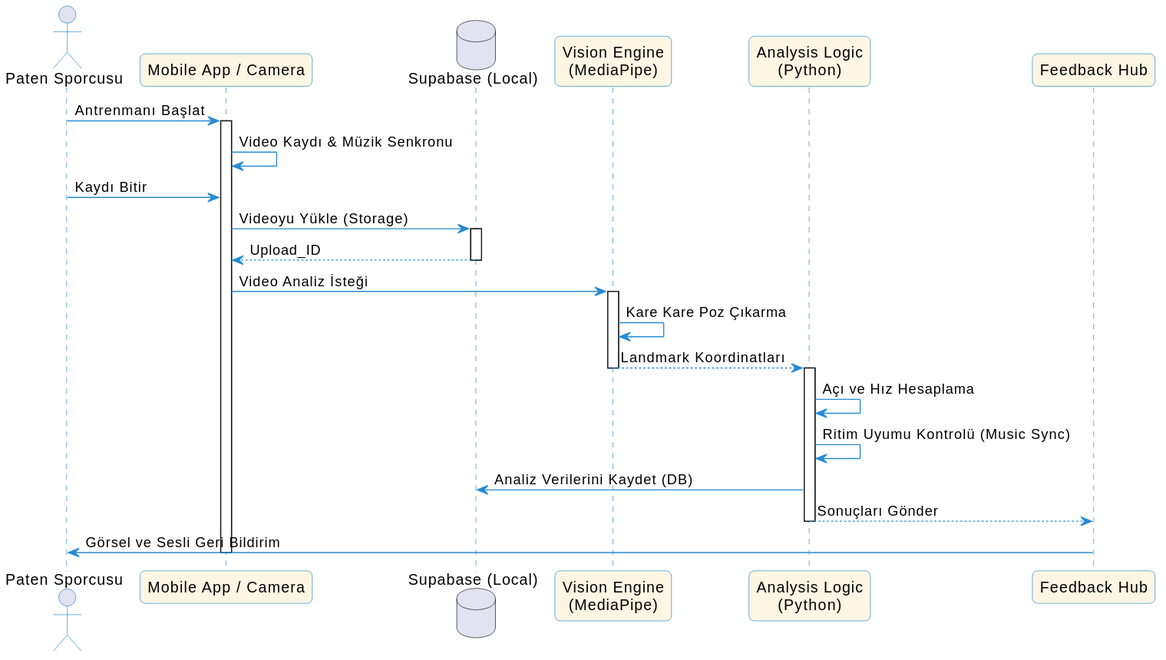
The PlantUML diagram workflows/vision_sequence.svg in myz21/metu-sports-hackhaton, before a commit.
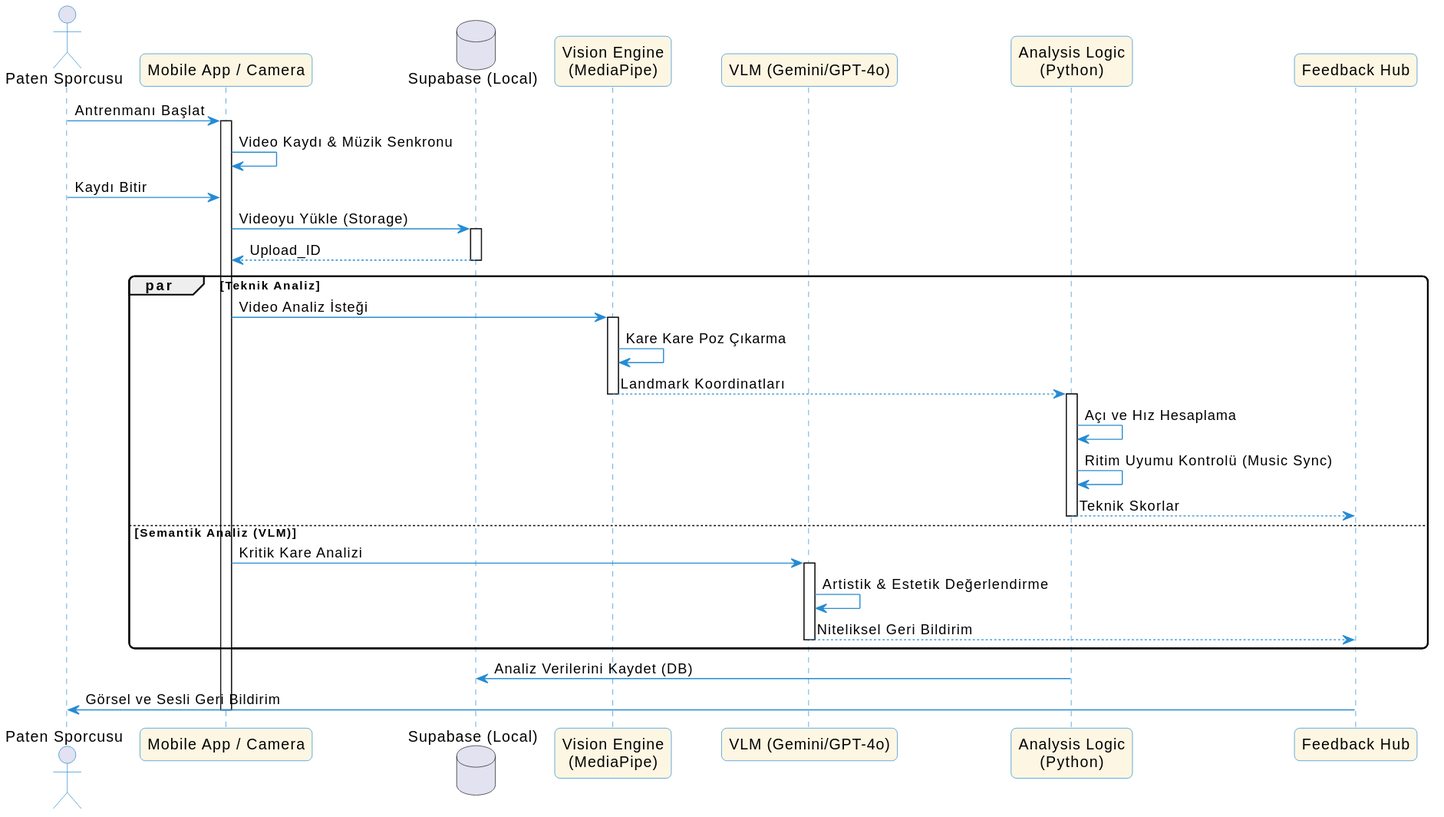
After the change.

Diff of the diagram source:
```diff
@@ -14,6 +14,7 @@
 participant "Mobile App / Camera" as App
 database "Supabase (Local)" as Supabase
 participant "Vision Engine\n(MediaPipe)" as Vision
+participant "VLM (Gemini/GPT-4o)" as VLM
 participant "Analysis Logic\n(Python)" as Logic
 participant "Feedback Hub" as Feedback
 
@@ -27,17 +28,27 @@
 Supabase --> App: Upload_ID
 deactivate Supabase
 
-App -> Vision: Video Analiz İsteği
-activate Vision
-Vision -> Vision: Kare Kare Poz Çıkarma
-Vision --> Logic: Landmark Koordinatları
-deactivate Vision
+par Teknik Analiz
+    App -> Vision: Video Analiz İsteği
+    activate Vision
+    Vision -> Vision: Kare Kare Poz Çıkarma
+    Vision --> Logic: Landmark Koordinatları
+    deactivate Vision
+    activate Logic
+    Logic -> Logic: Açı ve Hız Hesaplama
+    Logic -> Logic: Ritim Uyumu Kontrolü (Music Sync)
+    Logic --> Feedback: Teknik Skorlar
+    deactivate Logic
+else Semantik Analiz (VLM)
+    App -> VLM: Kritik Kare Analizi
+    activate VLM
+    VLM -> VLM: Artistik & Estetik Değerlendirme
+    VLM --> Feedback: Niteliksel Geri Bildirim
+    deactivate VLM
+end
 
 activate Logic
-Logic -> Logic: Açı ve Hız Hesaplama
-Logic -> Logic: Ritim Uyumu Kontrolü (Music Sync)
 Logic -> Supabase: Analiz Verilerini Kaydet (DB)
-Logic --> Feedback: Sonuçları Gönder
 deactivate Logic
 
 Feedback -> User: Görsel ve Sesli Geri Bildirim
```
